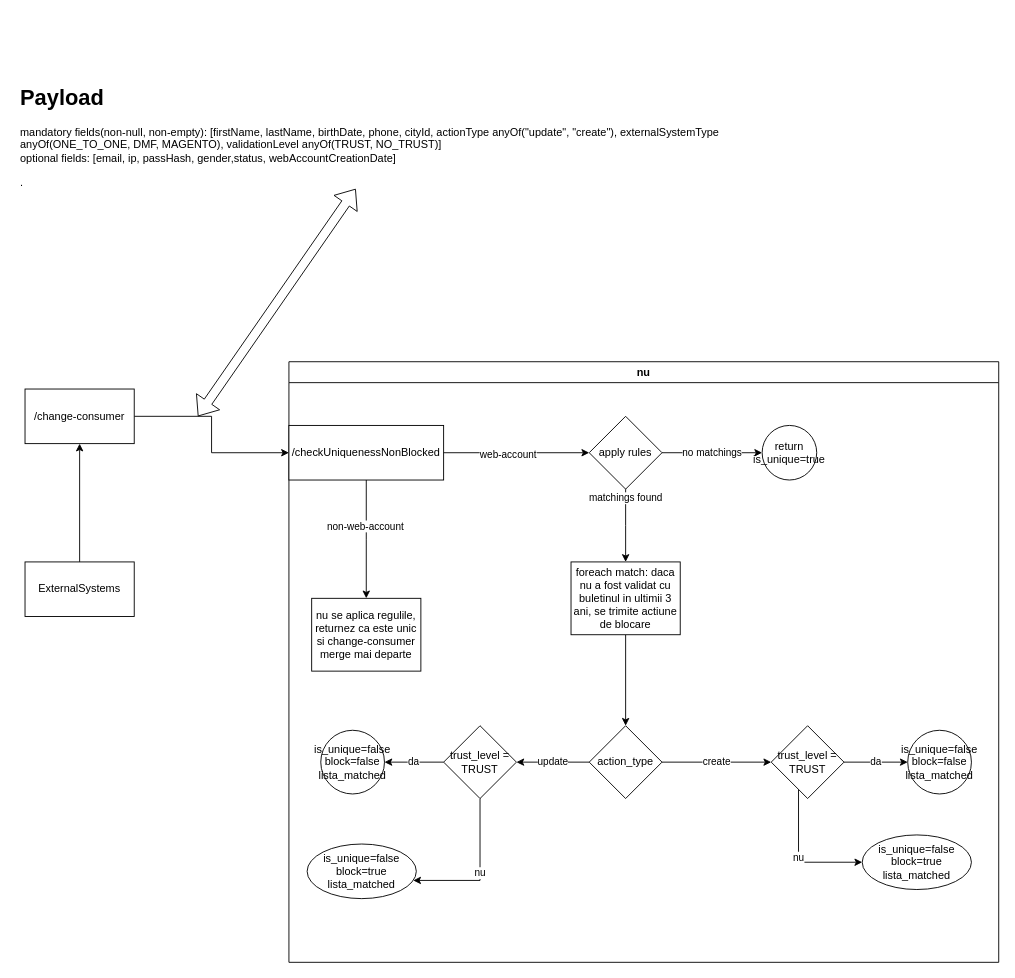
This is identity-matcher.drawio from btalpiga/3nyble-draw-io, a draw.io file, before an edit. Source tidied: cells renumbered, new cells numbered last; positions are measured from the earlier drawing's top-left corner, leaving out a move shared by most shapes. Both pictures are drawn from the tidied source at 91%, with x=0, y=0 at pixel (15, 79).
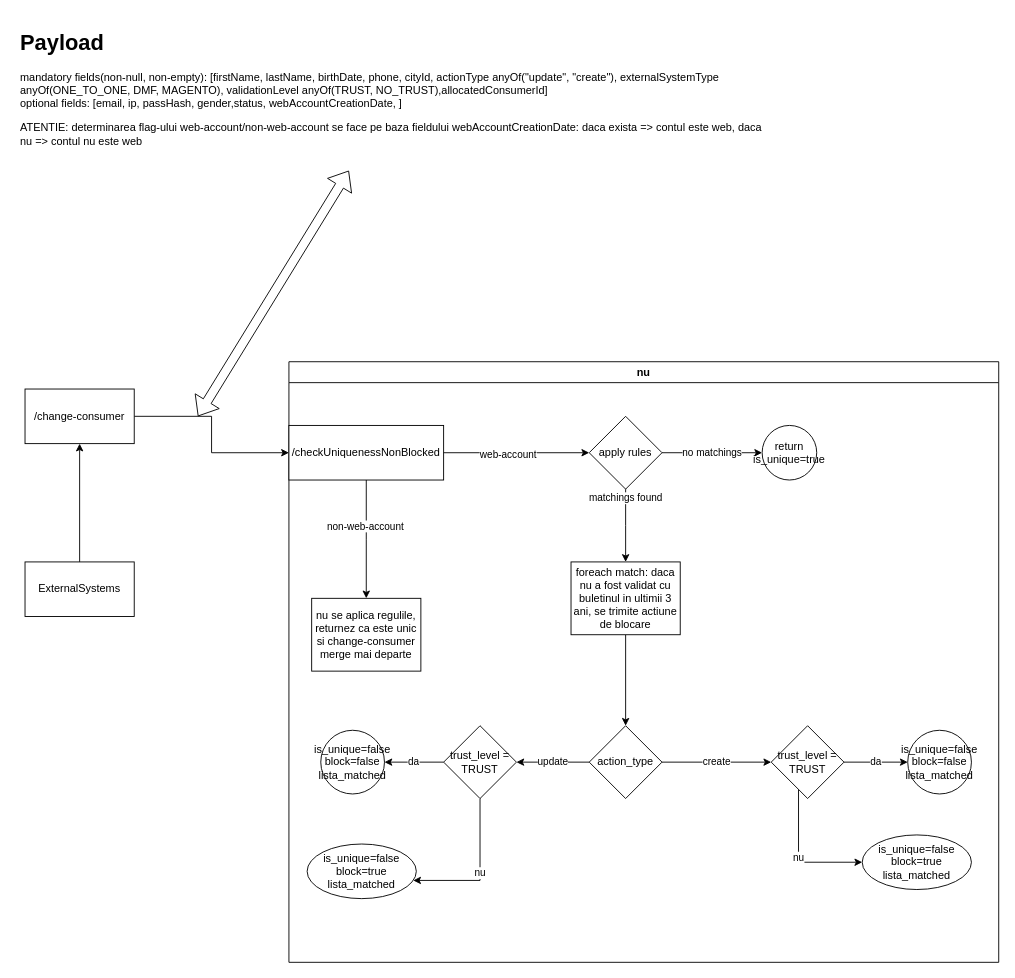
After the change.

Diff of the diagram source:
```diff
@@
-    <mxCell id="30" value="&lt;h1&gt;Payload&lt;/h1&gt;&lt;span style=&quot;text-align: center;&quot;&gt;mandatory fields(non-null, non-empty): [firstName, lastName, birthDate, phone, cityId, actionType anyOf(&quot;update&quot;, &quot;create&quot;), externalSystemType anyOf(ONE_TO_ONE, DMF, MAGENTO), validationLevel anyOf(TRUST, NO_TRUST)]&lt;br&gt;optional fields: [email, ip, passHash, gender,&lt;/span&gt;&lt;span style=&quot;text-align: center;&quot;&gt;status,&amp;nbsp;&lt;/span&gt;&lt;span style=&quot;text-align: center;&quot;&gt;webAccountCreationDate]&lt;br&gt;&lt;/span&gt;&lt;p&gt;.&lt;/p&gt;" style="text;html=1;strokeColor=none;fillColor=none;spacing=5;spacingTop=-20;whiteSpace=wrap;overflow=hidden;rounded=0;" parent="1" vertex="1">
-      <mxGeometry width="830" height="120" as="geometry" />
+    <mxCell id="30" value="&lt;h1&gt;Payload&lt;/h1&gt;&lt;span style=&quot;text-align: center;&quot;&gt;mandatory fields(non-null, non-empty): [firstName, lastName, birthDate, phone, cityId, actionType anyOf(&quot;update&quot;, &quot;create&quot;), externalSystemType anyOf(ONE_TO_ONE, DMF, MAGENTO), validationLevel anyOf(TRUST, NO_TRUST),&lt;/span&gt;&lt;span style=&quot;text-align: center;&quot;&gt;allocatedConsumerId&lt;/span&gt;&lt;span style=&quot;text-align: center;&quot;&gt;]&lt;br&gt;optional fields: [email, ip, passHash, gender,&lt;/span&gt;&lt;span style=&quot;text-align: center;&quot;&gt;status,&amp;nbsp;&lt;/span&gt;&lt;span style=&quot;text-align: center;&quot;&gt;webAccountCreationDate, ]&lt;br&gt;&lt;/span&gt;&lt;p&gt;ATENTIE: determinarea flag-ului web-account/non-web-account se face pe baza fieldului webAccountCreationDate: daca exista =&amp;gt; contul este web, daca nu =&amp;gt; contul nu este web&lt;/p&gt;" style="text;html=1;strokeColor=none;fillColor=none;spacing=5;spacingTop=-20;whiteSpace=wrap;overflow=hidden;rounded=0;" parent="1" vertex="1">
+      <mxGeometry y="-60" width="830" height="160" as="geometry" />
     </mxCell>
```
